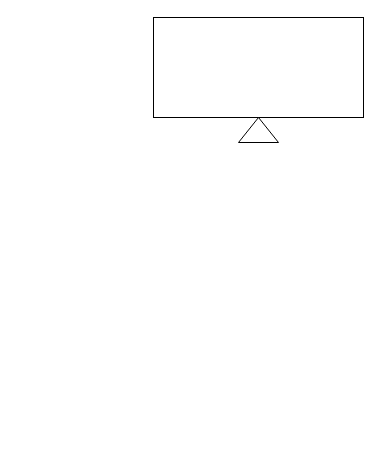
Above: 后端.drawio in callmeliuchu/AlgebraSolution (draw.io), before the change. Source tidied: cells renumbered, new cells numbered last; positions are measured from the earlier drawing's top-left corner, leaving out a move shared by most shapes. Both pictures are drawn from the tidied source at 100%, with x=0, y=0 at pixel (153, 17).
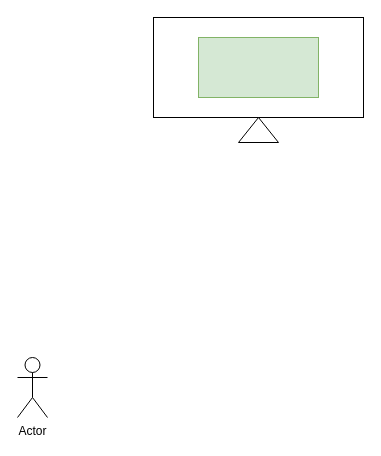
The same diagram, later.

Change to the diagram source:
```diff
@@
 <mxGraphModel>
   <root>
     <mxCell id="0" />
     <mxCell id="1" parent="0" />
     <mxCell id="2" style="rounded=0;whiteSpace=wrap;html=1;" parent="1" vertex="1">
       <mxGeometry width="210" height="100" as="geometry" />
     </mxCell>
     <mxCell id="3" style="triangle;whiteSpace=wrap;html=1;rotation=-90;" parent="1" vertex="1">
       <mxGeometry x="92.5" y="92.5" width="25" height="40" as="geometry" />
     </mxCell>
+    <mxCell id="4" style="rounded=0;whiteSpace=wrap;html=1;fillColor=#d5e8d4;strokeColor=#82b366;" parent="1" vertex="1">
+      <mxGeometry x="45" y="20" width="120" height="60" as="geometry" />
+    </mxCell>
+    <mxCell id="5" value="Actor" style="shape=umlActor;verticalLabelPosition=bottom;verticalAlign=top;html=1;" parent="1" vertex="1">
+      <mxGeometry x="-136" y="340" width="30" height="60" as="geometry" />
+    </mxCell>
   </root>
 </mxGraphModel>
```
